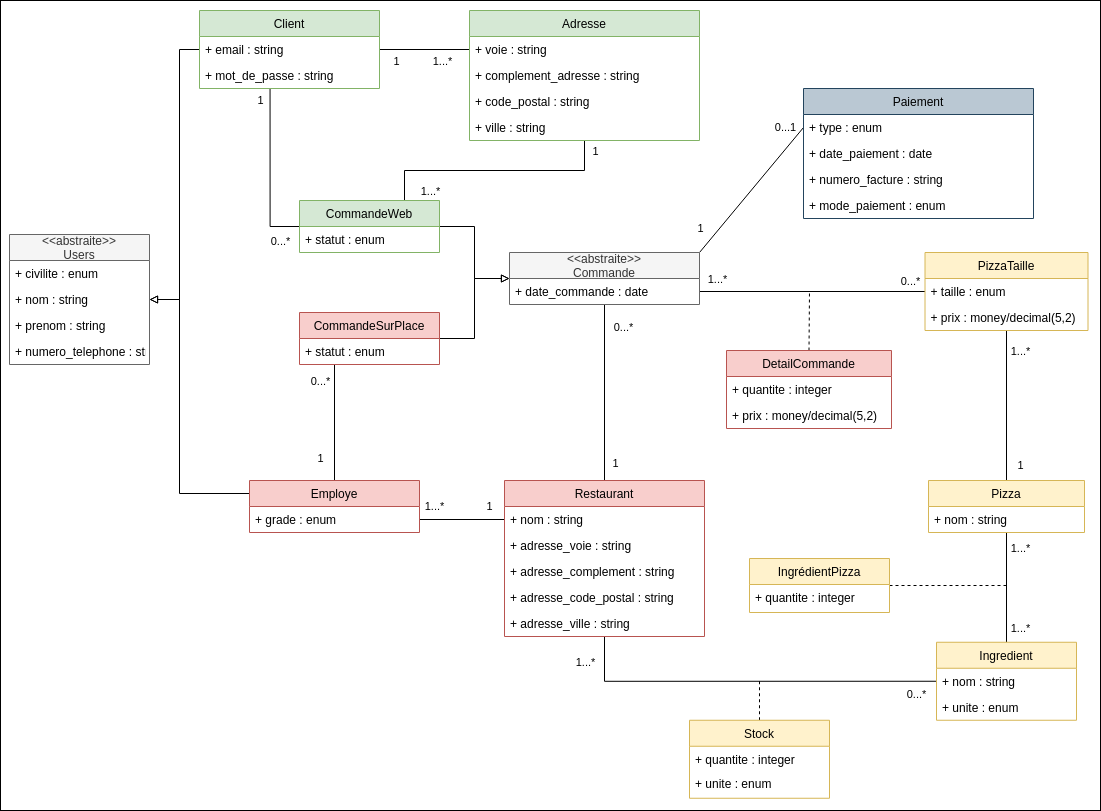
micktymoon/P6_pelletier_c-line keeps this draw.io diagram as PGESTpizza_02_d_classe.png. Above is the earlier version. Source tidied: cells renumbered, new cells last; positions are measured from the earlier drawing's top-left corner, leaving out a move shared by most shapes.
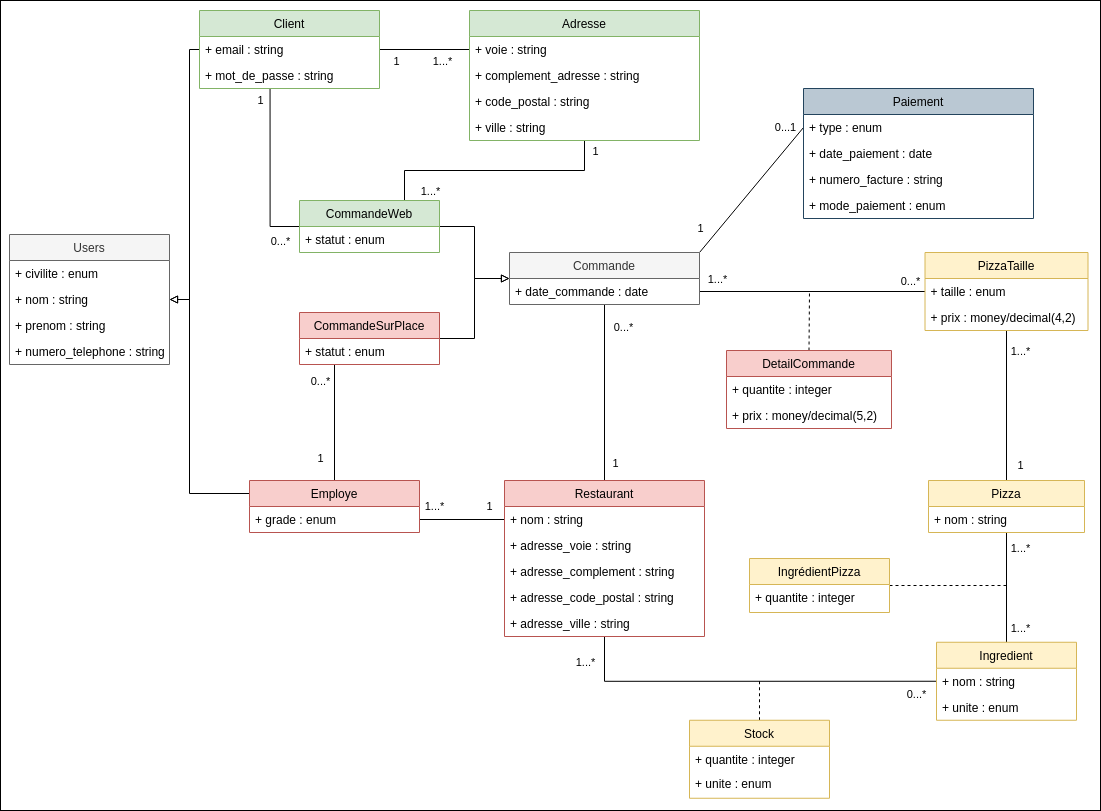
Later version of the same file.

Commit message:
dernière correction

The edit, as a diff of the source:
```diff
@@ -102,6 +102,7 @@
     <mxCell id="25" style="rounded=0;jettySize=auto;html=1;exitX=1;exitY=0.5;exitDx=0;exitDy=0;entryX=0;entryY=0.5;entryDx=0;entryDy=0;endArrow=none;endFill=0;startArrow=block;startFill=0;edgeStyle=elbowEdgeStyle;" parent="1" edge="1" source="70" target="55">
       <mxGeometry relative="1" as="geometry">
         <Array as="points">
+          <mxPoint x="189" y="280" />
           <mxPoint x="179" y="180" />
           <mxPoint x="149" y="260" />
           <mxPoint x="209" y="170" />
@@ -111,6 +112,7 @@
     <mxCell id="26" style="rounded=0;jettySize=auto;html=1;exitX=1;exitY=0.5;exitDx=0;exitDy=0;entryX=0;entryY=0.25;entryDx=0;entryDy=0;startArrow=block;startFill=0;endArrow=none;endFill=0;strokeWidth=1;sourcePerimeterSpacing=0;edgeStyle=elbowEdgeStyle;" parent="1" edge="1" source="70" target="63">
       <mxGeometry relative="1" as="geometry">
         <Array as="points">
+          <mxPoint x="189" y="360" />
           <mxPoint x="179" y="440" />
           <mxPoint x="149" y="330" />
           <mxPoint x="209" y="319" />
@@ -262,22 +264,22 @@
     <mxCell id="67" value="+ unite : enum" style="text;strokeColor=none;fillColor=none;align=left;verticalAlign=top;spacingLeft=4;spacingRight=4;overflow=hidden;" parent="65" vertex="1">
       <mxGeometry y="50" width="140" height="28" as="geometry" />
     </mxCell>
-    <mxCell id="68" value="&lt;&lt;abstraite&gt;&gt;&#10;Users" style="swimlane;fontStyle=0;horizontal=1;startSize=26;fillColor=#f5f5f5;strokeColor=#666666;fontColor=#333333;" parent="1" vertex="1">
-      <mxGeometry x="9" y="234" width="140" height="130" as="geometry" />
+    <mxCell id="68" value="Users" style="swimlane;fontStyle=0;horizontal=1;startSize=26;fillColor=#f5f5f5;strokeColor=#666666;fontColor=#333333;" parent="1" vertex="1">
+      <mxGeometry x="9" y="234" width="160" height="130" as="geometry" />
     </mxCell>
     <mxCell id="69" value="+ civilite : enum" style="text;strokeColor=none;fillColor=none;align=left;verticalAlign=top;spacingLeft=4;spacingRight=4;overflow=hidden;" parent="68" vertex="1">
-      <mxGeometry y="26" width="140" height="26" as="geometry" />
+      <mxGeometry y="26" width="160" height="26" as="geometry" />
     </mxCell>
     <mxCell id="70" value="+ nom : string" style="text;strokeColor=none;fillColor=none;align=left;verticalAlign=top;spacingLeft=4;spacingRight=4;overflow=hidden;points=[[0,0.5],[1,0.5]];portConstraint=eastwest;" parent="68" vertex="1">
-      <mxGeometry y="52" width="140" height="26" as="geometry" />
+      <mxGeometry y="52" width="160" height="26" as="geometry" />
     </mxCell>
     <mxCell id="71" value="+ prenom : string" style="text;strokeColor=none;fillColor=none;align=left;verticalAlign=top;spacingLeft=4;spacingRight=4;overflow=hidden;" parent="68" vertex="1">
-      <mxGeometry y="78" width="140" height="26" as="geometry" />
+      <mxGeometry y="78" width="160" height="26" as="geometry" />
     </mxCell>
     <mxCell id="72" value="+ numero_telephone : string" style="text;strokeColor=none;fillColor=none;align=left;verticalAlign=top;spacingLeft=4;spacingRight=4;overflow=hidden;" parent="68" vertex="1">
-      <mxGeometry y="104" width="140" height="26" as="geometry" />
+      <mxGeometry y="104" width="160" height="26" as="geometry" />
     </mxCell>
-    <mxCell id="73" value="&lt;&lt;abstraite&gt;&gt;&#10;Commande" style="swimlane;fontStyle=0;horizontal=1;startSize=26;fillColor=#f5f5f5;strokeColor=#666666;fontColor=#333333;" parent="1" vertex="1">
+    <mxCell id="73" value="Commande" style="swimlane;fontStyle=0;horizontal=1;startSize=26;fillColor=#f5f5f5;strokeColor=#666666;fontColor=#333333;" parent="1" vertex="1">
       <mxGeometry x="509" y="252" width="190" height="52" as="geometry" />
     </mxCell>
     <mxCell id="74" value="+ date_commande : date" style="text;strokeColor=none;fillColor=none;align=left;verticalAlign=top;spacingLeft=4;spacingRight=4;overflow=hidden;points=[[0,0.5],[1,0.5]];portConstraint=eastwest;" parent="73" vertex="1">
@@ -323,7 +325,7 @@
     <mxCell id="86" value="+ taille : enum" style="text;strokeColor=none;fillColor=none;align=left;verticalAlign=top;spacingLeft=4;spacingRight=4;overflow=hidden;points=[[0,0.5],[1,0.5]];portConstraint=eastwest;" parent="85" vertex="1">
       <mxGeometry y="26" width="163" height="26" as="geometry" />
     </mxCell>
-    <mxCell id="87" value="+ prix : money/decimal(5,2)" style="text;strokeColor=none;fillColor=none;align=left;verticalAlign=top;spacingLeft=4;spacingRight=4;overflow=hidden;points=[[0,0.5],[1,0.5]];portConstraint=eastwest;" parent="85" vertex="1">
+    <mxCell id="87" value="+ prix : money/decimal(4,2)" style="text;strokeColor=none;fillColor=none;align=left;verticalAlign=top;spacingLeft=4;spacingRight=4;overflow=hidden;points=[[0,0.5],[1,0.5]];portConstraint=eastwest;" parent="85" vertex="1">
       <mxGeometry y="52" width="163" height="26" as="geometry" />
     </mxCell>
     <mxCell id="88" value="DetailCommande" style="swimlane;fontStyle=0;horizontal=1;startSize=26;fillColor=#f8cecc;strokeColor=#b85450;" parent="1" vertex="1">
```
